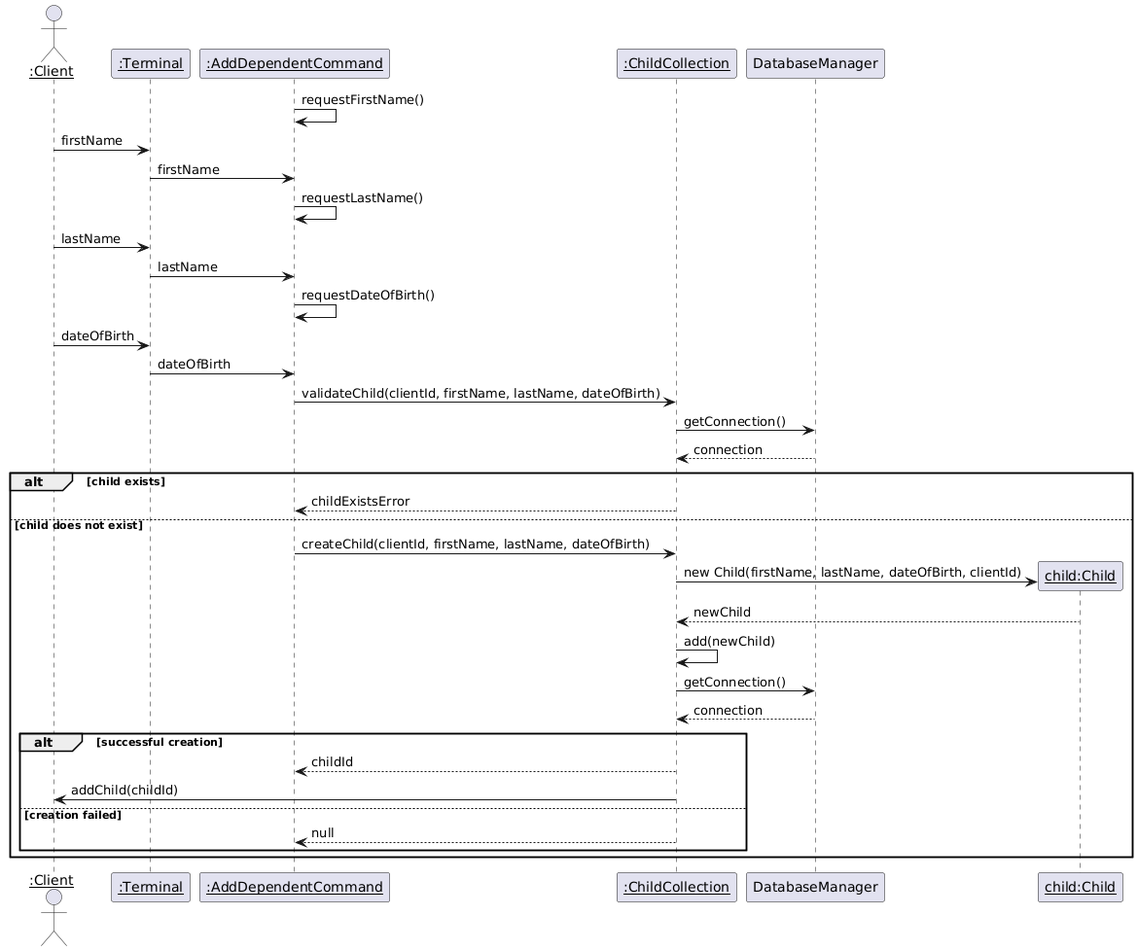
Earlier version of the PlantUML export iterationDeliverables/iteration-2/InteractionDiagrams/Images/Client-AddDependent.png (Niravanaa/Alouer-SOEN342).
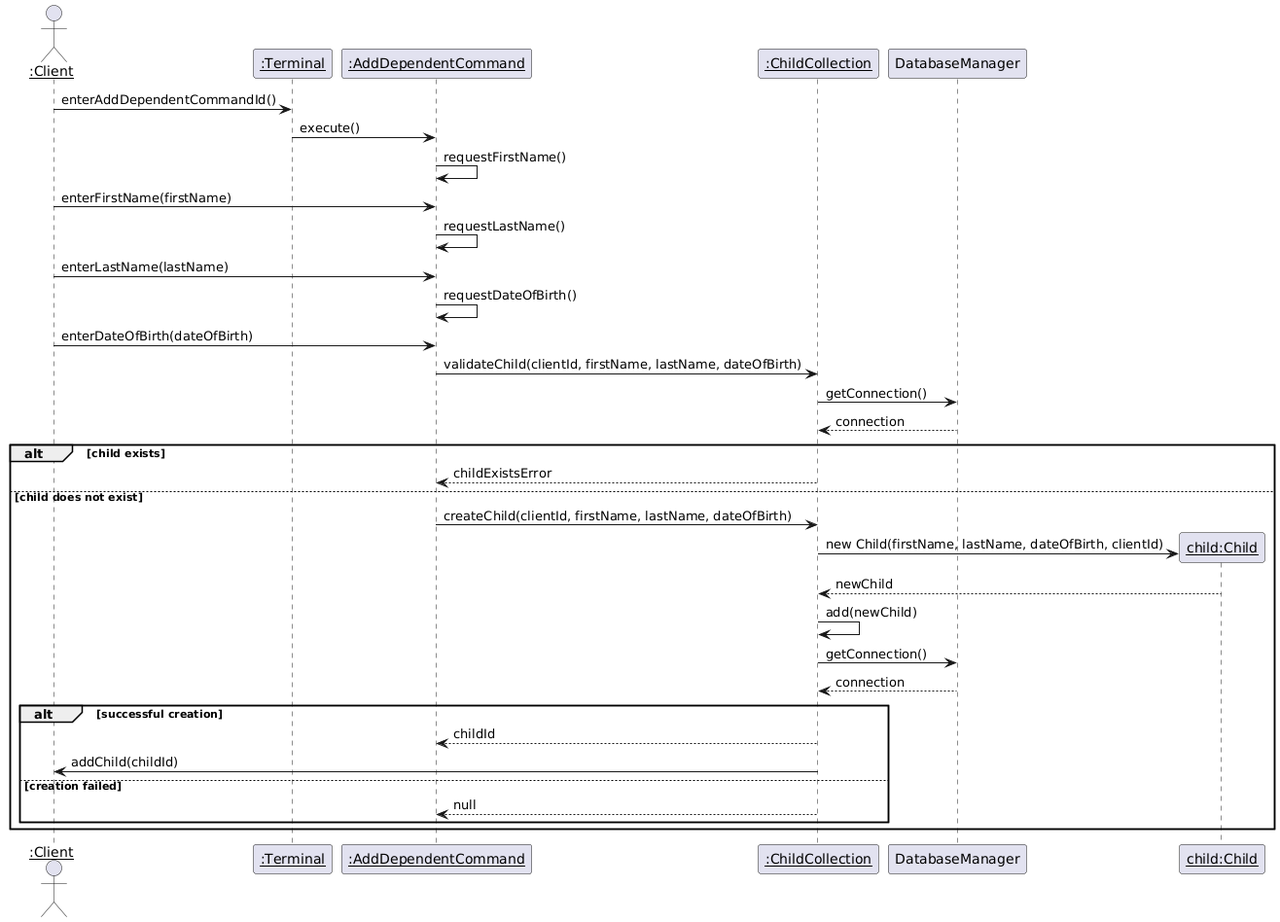
The same diagram one commit later.

Diff of the diagram source:
```diff
@@ -6,15 +6,14 @@
 participant "DatabaseManager" as databaseManager
 participant "<u>child:Child" as childObj
 
+client -> terminal : enterAddDependentCommandId()
+terminal -> command : execute()
 command -> command : requestFirstName()
-client -> terminal : firstName
-terminal -> command : firstName
+client -> command : enterFirstName(firstName)
 command -> command : requestLastName()
-client -> terminal : lastName
-terminal -> command : lastName
+client -> command : enterLastName(lastName)
 command -> command : requestDateOfBirth()
-client -> terminal : dateOfBirth
-terminal -> command : dateOfBirth
+client -> command : enterDateOfBirth(dateOfBirth)
 command -> childCollection : validateChild(clientId, firstName, lastName, dateOfBirth)
 childCollection -> databaseManager : getConnection()
 databaseManager --> childCollection : connection
```
